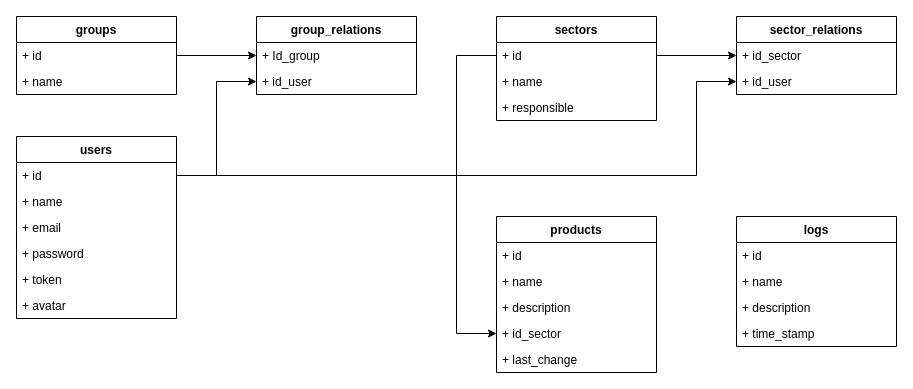
Before: _project_data/db.drawio in fernando-fix/herbert-project-2, a draw.io diagram. Source tidied: cells renumbered, new cells numbered last; positions are measured from the earlier drawing's top-left corner, leaving out a move shared by most shapes. Both pictures are drawn from the tidied source at 100%, with x=0, y=0 at pixel (16, 16).
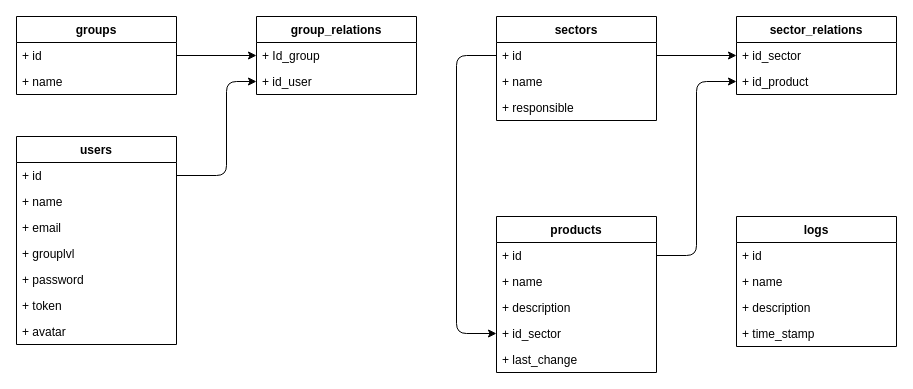
The same page after the edit.

Commit message (it also covers changes not shown here):
remove sector from user

Unchanged cells that the change refers to:
```xml
<mxCell id="7" value="+ id_user" style="text;strokeColor=none;fillColor=none;align=left;verticalAlign=top;spacingLeft=4;spacingRight=4;overflow=hidden;points=[[0,0.5],[1,0.5]];portConstraint=eastwest;" parent="5" vertex="1">
  <mxGeometry y="52" width="160" height="26" as="geometry" />
</mxCell>
<mxCell id="9" value="+ id" style="text;strokeColor=none;fillColor=none;align=left;verticalAlign=top;spacingLeft=4;spacingRight=4;overflow=hidden;points=[[0,0.5],[1,0.5]];portConstraint=eastwest;" parent="8" vertex="1">
  <mxGeometry y="26" width="160" height="26" as="geometry" />
</mxCell>
<mxCell id="17" value="+ id" style="text;strokeColor=none;fillColor=none;align=left;verticalAlign=top;spacingLeft=4;spacingRight=4;overflow=hidden;points=[[0,0.5],[1,0.5]];portConstraint=eastwest;" parent="16" vertex="1">
  <mxGeometry y="26" width="160" height="26" as="geometry" />
</mxCell>
<mxCell id="20" value="sector_relations" style="swimlane;fontStyle=1;align=center;verticalAlign=top;horizontal=1;startSize=26;" parent="1" vertex="1">
  <mxGeometry x="720" width="160" height="78" as="geometry" />
</mxCell>
<mxCell id="27" value="+ id" style="text;strokeColor=none;fillColor=none;align=left;verticalAlign=top;spacingLeft=4;spacingRight=4;overflow=hidden;points=[[0,0.5],[1,0.5]];portConstraint=eastwest;" parent="26" vertex="1">
  <mxGeometry y="26" width="160" height="26" as="geometry" />
</mxCell>
<mxCell id="30" value="+ id_sector" style="text;strokeColor=none;fillColor=none;align=left;verticalAlign=top;spacingLeft=4;spacingRight=4;overflow=hidden;points=[[0,0.5],[1,0.5]];portConstraint=eastwest;" parent="26" vertex="1">
  <mxGeometry y="104" width="160" height="26" as="geometry" />
</mxCell>
```

The edit, as a diff of the source:
```diff
@@
     <mxCell id="8" value="users" style="swimlane;fontStyle=1;align=center;verticalAlign=top;horizontal=1;startSize=26;" parent="1" vertex="1">
-      <mxGeometry y="120" width="160" height="182" as="geometry" />
+      <mxGeometry y="120" width="160" height="208" as="geometry" />
     </mxCell>
@@
+    <mxCell id="38" value="+ grouplvl" style="text;strokeColor=none;fillColor=none;align=left;verticalAlign=top;spacingLeft=4;spacingRight=4;overflow=hidden;" parent="8" vertex="1">
+      <mxGeometry y="104" width="160" height="26" as="geometry" />
+    </mxCell>
     <mxCell id="12" value="+ password" style="text;strokeColor=none;fillColor=none;align=left;verticalAlign=top;spacingLeft=4;spacingRight=4;overflow=hidden;" parent="8" vertex="1">
-      <mxGeometry y="104" width="160" height="26" as="geometry" />
+      <mxGeometry y="130" width="160" height="26" as="geometry" />
     </mxCell>
     <mxCell id="13" value="+ token" style="text;strokeColor=none;fillColor=none;align=left;verticalAlign=top;spacingLeft=4;spacingRight=4;overflow=hidden;" parent="8" vertex="1">
-      <mxGeometry y="130" width="160" height="26" as="geometry" />
+      <mxGeometry y="156" width="160" height="26" as="geometry" />
     </mxCell>
     <mxCell id="14" value="+ avatar" style="text;strokeColor=none;fillColor=none;align=left;verticalAlign=top;spacingLeft=4;spacingRight=4;overflow=hidden;" parent="8" vertex="1">
-      <mxGeometry y="156" width="160" height="26" as="geometry" />
+      <mxGeometry y="182" width="160" height="26" as="geometry" />
     </mxCell>
@@
-    <mxCell id="22" value="+ id_user" style="text;strokeColor=none;fillColor=none;align=left;verticalAlign=top;spacingLeft=4;spacingRight=4;overflow=hidden;points=[[0,0.5],[1,0.5]];portConstraint=eastwest;" parent="20" vertex="1">
+    <mxCell id="22" value="+ id_product" style="text;strokeColor=none;fillColor=none;align=left;verticalAlign=top;spacingLeft=4;spacingRight=4;overflow=hidden;points=[[0,0.5],[1,0.5]];portConstraint=eastwest;" parent="20" vertex="1">
       <mxGeometry y="52" width="160" height="26" as="geometry" />
     </mxCell>
@@
-    <mxCell id="24" style="edgeStyle=orthogonalEdgeStyle;rounded=0;jettySize=auto;html=1;" parent="1" edge="1" source="9" target="22">
-      <mxGeometry relative="1" as="geometry">
-        <Array as="points">
-          <mxPoint x="680" y="159" />
-          <mxPoint x="680" y="65" />
-        </Array>
-      </mxGeometry>
-    </mxCell>
-    <mxCell id="25" style="edgeStyle=orthogonalEdgeStyle;rounded=0;jettySize=auto;html=1;entryX=0;entryY=0.5;entryDx=0;entryDy=0;" parent="1" edge="1" source="9" target="7">
-      <mxGeometry relative="1" as="geometry" />
-    </mxCell>
@@
-    <mxCell id="32" style="edgeStyle=orthogonalEdgeStyle;rounded=0;jettySize=auto;html=1;entryX=0;entryY=0.5;entryDx=0;entryDy=0;" parent="1" edge="1" source="17" target="30">
-      <mxGeometry relative="1" as="geometry">
-        <Array as="points">
-          <mxPoint x="440" y="39" />
-          <mxPoint x="440" y="317" />
-        </Array>
-      </mxGeometry>
-    </mxCell>
@@
+    <mxCell id="39" style="edgeStyle=none;html=1;exitX=1;exitY=0.5;exitDx=0;exitDy=0;entryX=0;entryY=0.5;entryDx=0;entryDy=0;" parent="1" edge="1" source="27" target="22">
+      <mxGeometry relative="1" as="geometry">
+        <Array as="points">
+          <mxPoint x="680" y="239" />
+          <mxPoint x="680" y="65" />
+        </Array>
+      </mxGeometry>
+    </mxCell>
+    <mxCell id="32" style="edgeStyle=none;html=1;exitX=0;exitY=0.5;exitDx=0;exitDy=0;entryX=0;entryY=0.5;entryDx=0;entryDy=0;" parent="1" edge="1" source="17" target="30">
+      <mxGeometry relative="1" as="geometry">
+        <Array as="points">
+          <mxPoint x="440" y="39" />
+          <mxPoint x="440" y="317" />
+        </Array>
+      </mxGeometry>
+    </mxCell>
+    <mxCell id="25" style="edgeStyle=none;html=1;exitX=1;exitY=0.5;exitDx=0;exitDy=0;entryX=0;entryY=0.5;entryDx=0;entryDy=0;" parent="1" edge="1" source="9" target="7">
+      <mxGeometry relative="1" as="geometry">
+        <Array as="points">
+          <mxPoint x="210" y="159" />
+          <mxPoint x="210" y="65" />
+        </Array>
+      </mxGeometry>
+    </mxCell>
```
